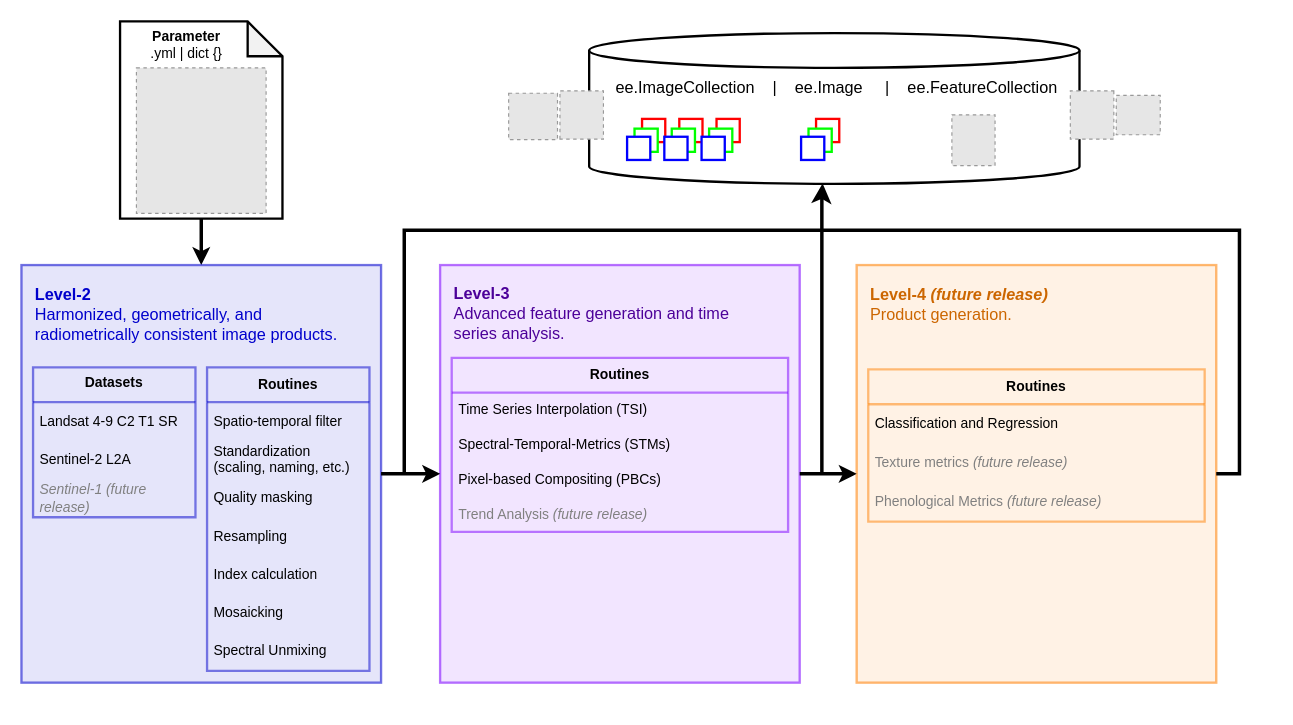
This is geeo/data/fig/geeo_workflow.drawio from leonsnill/geeo, a draw.io file, before an edit. Source tidied: cells renumbered, new cells numbered last; positions are measured from the earlier drawing's top-left corner, leaving out a move shared by most shapes. Both pictures are drawn from the tidied source at 116%, with x=0, y=0 at pixel (21, 21). Pictures stored in the file or linked from it are replaced by grey dashed boxes.
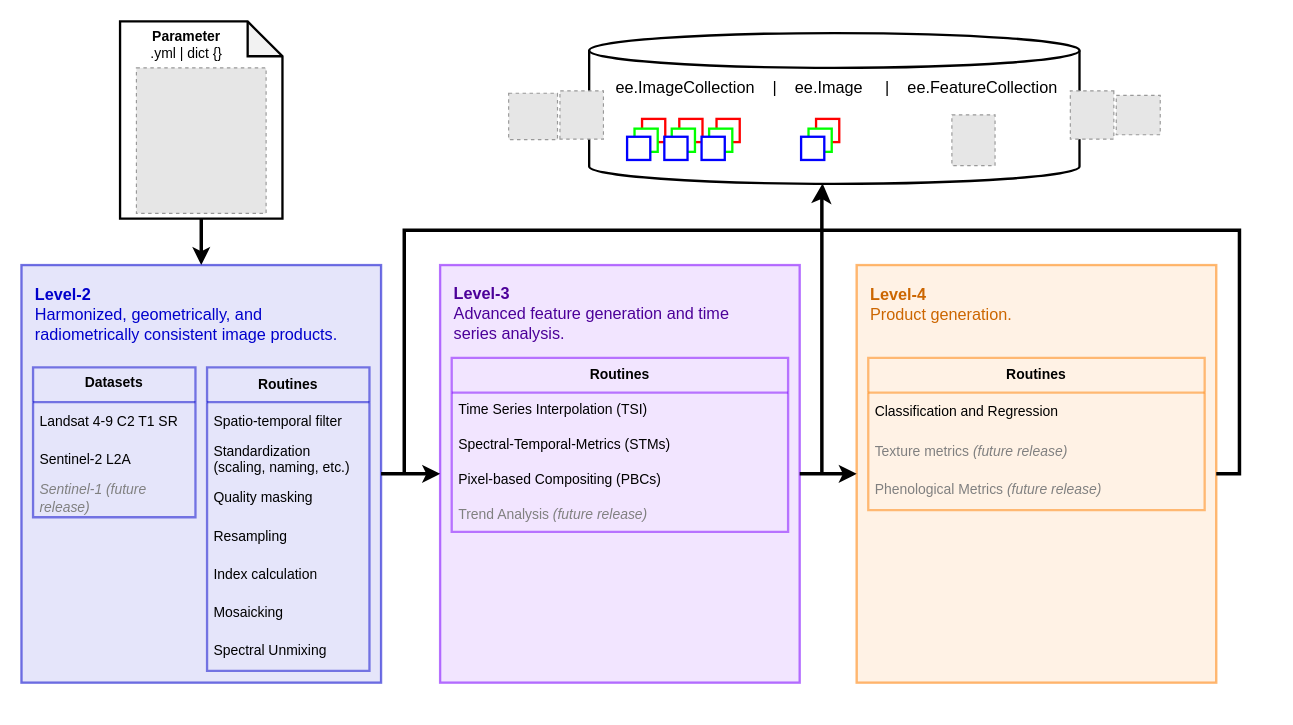
The same diagram, later.

Unchanged cells that the change refers to:
```xml
<mxCell id="29" style="group;" parent="1" vertex="1">
  <mxGeometry x="720" y="210" width="360" height="360" as="geometry" />
</mxCell>
```

Change to the diagram source:
```diff
@@
-    <mxCell id="32" value="Level-4 &lt;i&gt;(future release)&lt;/i&gt;&lt;br style=&quot;font-size: 14px;&quot;&gt;&lt;div&gt;&lt;span style=&quot;font-weight: normal; font-size: 14px;&quot;&gt;Product generation.&lt;br&gt;&lt;/span&gt;&lt;/div&gt;&lt;div&gt;&lt;span style=&quot;font-weight: normal; font-size: 14px;&quot;&gt;&lt;/span&gt;&lt;/div&gt;" style="text;strokeColor=none;align=left;fillColor=none;html=1;verticalAlign=top;whiteSpace=wrap;rounded=0;fontFamily=Arial;fontStyle=1;fontSize=14;fontColor=#CC6600;" parent="29" vertex="1">
+    <mxCell id="32" value="Level-4&lt;br style=&quot;font-size: 14px;&quot;&gt;&lt;div&gt;&lt;span style=&quot;font-weight: normal; font-size: 14px;&quot;&gt;Product generation.&lt;br&gt;&lt;/span&gt;&lt;/div&gt;&lt;div&gt;&lt;span style=&quot;font-weight: normal; font-size: 14px;&quot;&gt;&lt;/span&gt;&lt;/div&gt;" style="text;strokeColor=none;align=left;fillColor=none;html=1;verticalAlign=top;whiteSpace=wrap;rounded=0;fontFamily=Arial;fontStyle=1;fontSize=14;fontColor=#CC6600;" parent="29" vertex="1">
       <mxGeometry x="10" y="11.2" width="350" height="78.8" as="geometry" />
     </mxCell>
     <mxCell id="33" value="&lt;b&gt;Routines&lt;/b&gt;" style="swimlane;fontStyle=0;horizontal=1;startSize=30;whiteSpace=wrap;html=1;fontFamily=Arial;fillColor=none;strokeWidth=2;strokeColor=#FF8000;opacity=50;" parent="29" vertex="1">
-      <mxGeometry x="10" y="90" width="290" height="131.2" as="geometry" />
+      <mxGeometry x="10" y="80" width="290" height="131.2" as="geometry" />
     </mxCell>
```
